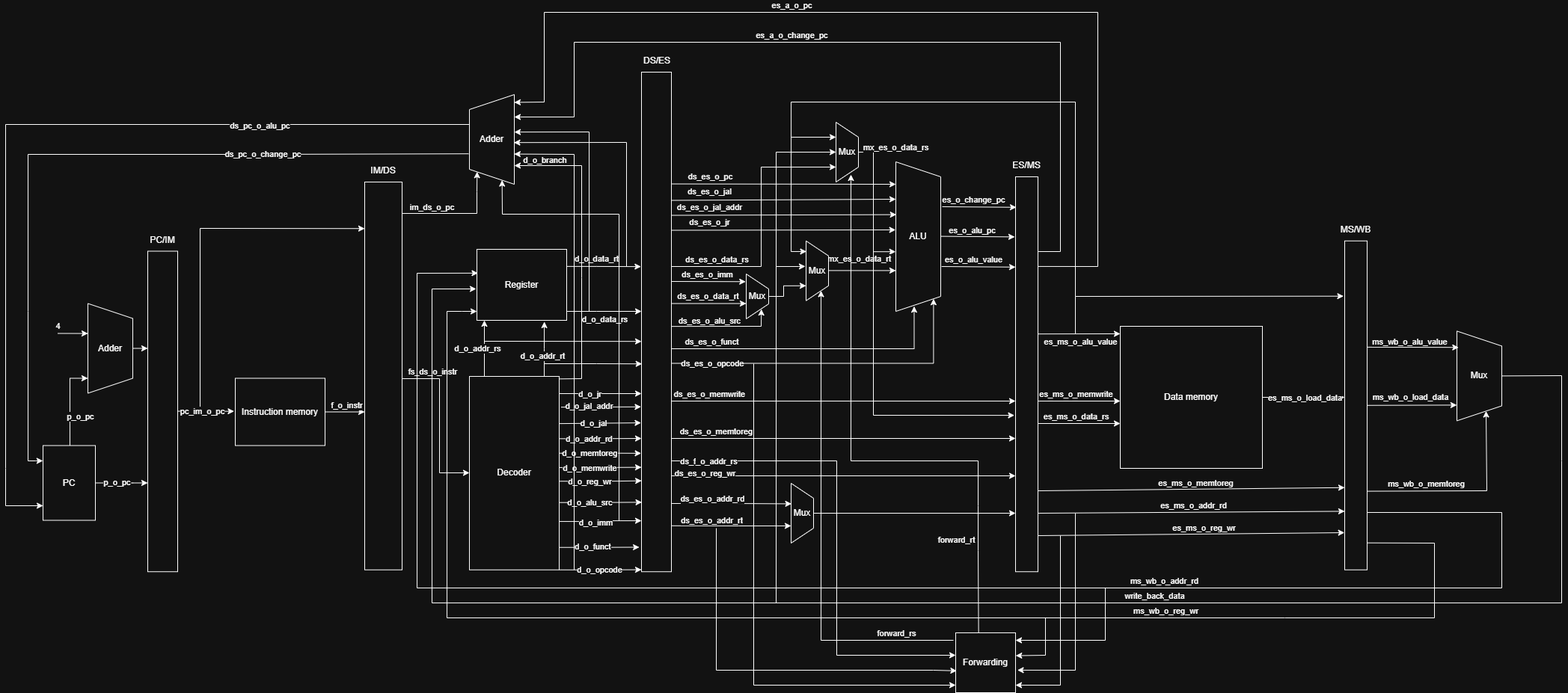
This is Picture/architecture.png from NguyenHoanKhanh/MIPS_PIPELINE, a draw.io export, as it was before one commit. Source tidied: cells renumbered, new cells last; positions are measured from the earlier drawing's top-left corner, leaving out a move shared by most shapes.
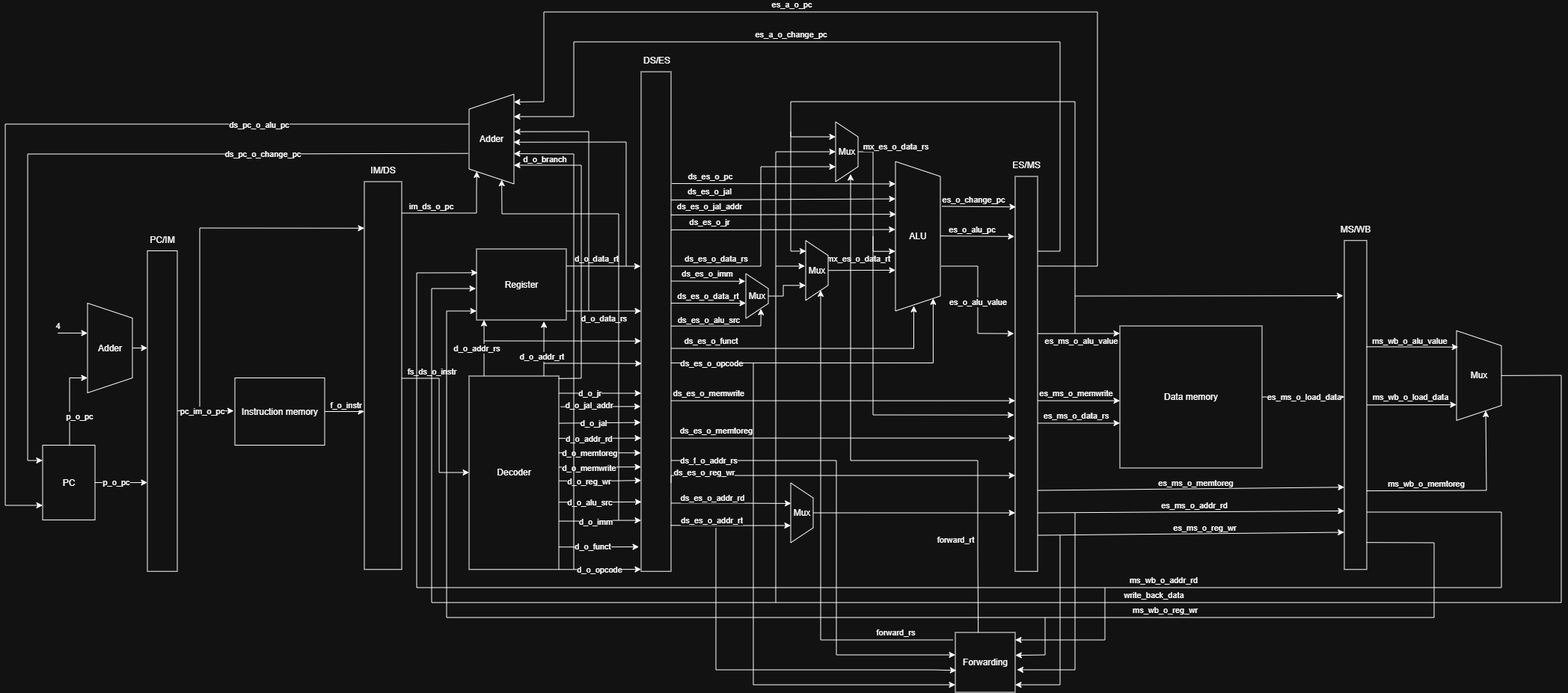
After the commit.

Commit message:
Make adjustments to the signal lines more clearly

What changed in the source:
```diff
@@ -729,14 +729,17 @@
         </Array>
       </mxGeometry>
     </mxCell>
-    <mxCell id="125" style="endArrow=classic;html=1;rounded=0;exitX=0.7;exitY=-0.019;exitDx=0;exitDy=0;entryX=-0.089;entryY=0.144;entryDx=0;entryDy=0;entryPerimeter=0;exitPerimeter=0;" parent="1" edge="1" source="57">
+    <mxCell id="125" style="endArrow=classic;html=1;rounded=0;exitX=0.7;exitY=-0.019;exitDx=0;exitDy=0;entryX=-0.054;entryY=0.398;entryDx=0;entryDy=0;entryPerimeter=0;exitPerimeter=0;" parent="1" edge="1" source="57" target="67">
       <mxGeometry relative="1" as="geometry">
-        <mxPoint x="1350" y="340.8" as="targetPoint" />
+        <Array as="points">
+          <mxPoint x="1300" y="340" />
+          <mxPoint x="1300" y="430" />
+        </Array>
       </mxGeometry>
     </mxCell>
     <mxCell id="126" value="es_o_alu_value" style="edgeLabel;html=1;align=center;verticalAlign=middle;" parent="125" vertex="1">
       <mxGeometry x="0.21" y="-2" relative="1" as="geometry">
-        <mxPoint x="-18" y="-12" as="offset" />
+        <mxPoint x="2" y="-17" as="offset" />
       </mxGeometry>
     </mxCell>
     <mxCell id="127" style="endArrow=classic;html=1;rounded=0;exitX=0.998;exitY=0.013;exitDx=0;exitDy=0;exitPerimeter=0;" parent="1" edge="1" source="22">
```
